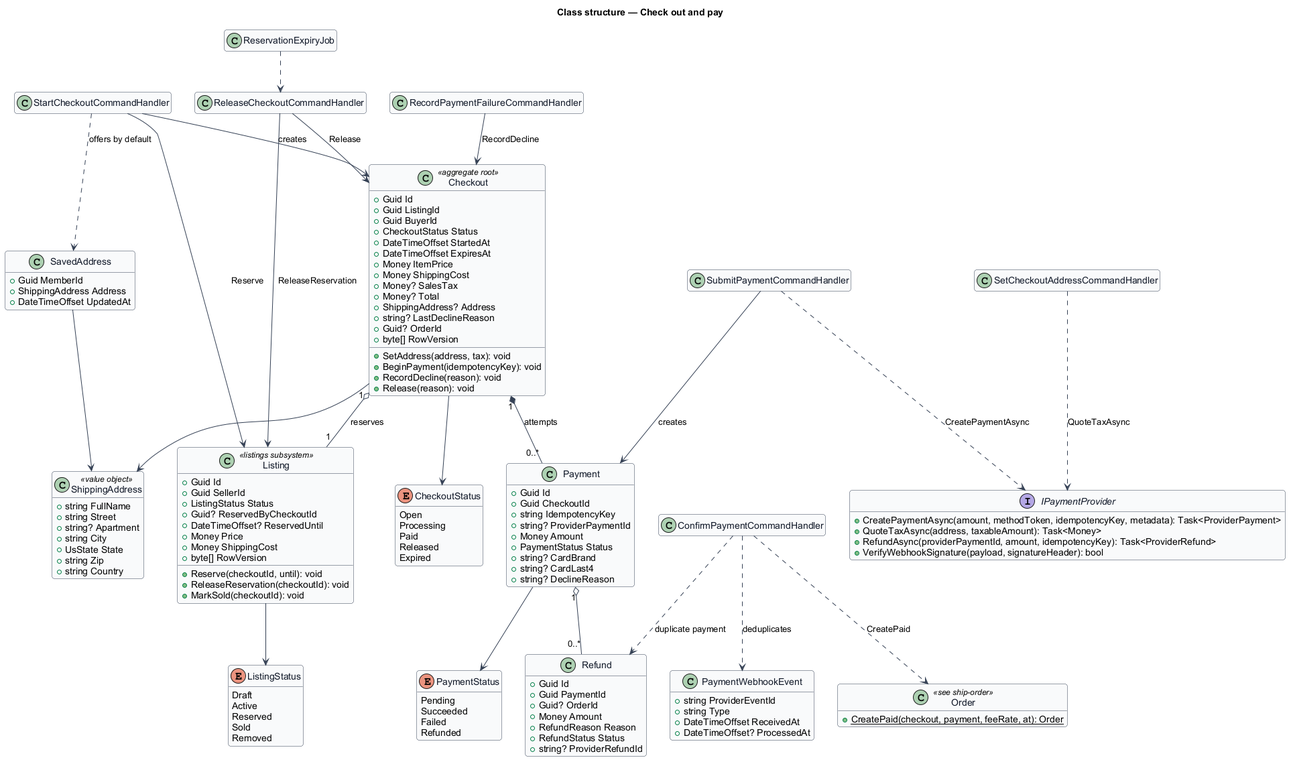
QuinntyneBrown/12l keeps this PlantUML diagram as docs/detailed-designs/orders/checkout-and-pay/diagrams/class-structure.png. Above is the earlier version.
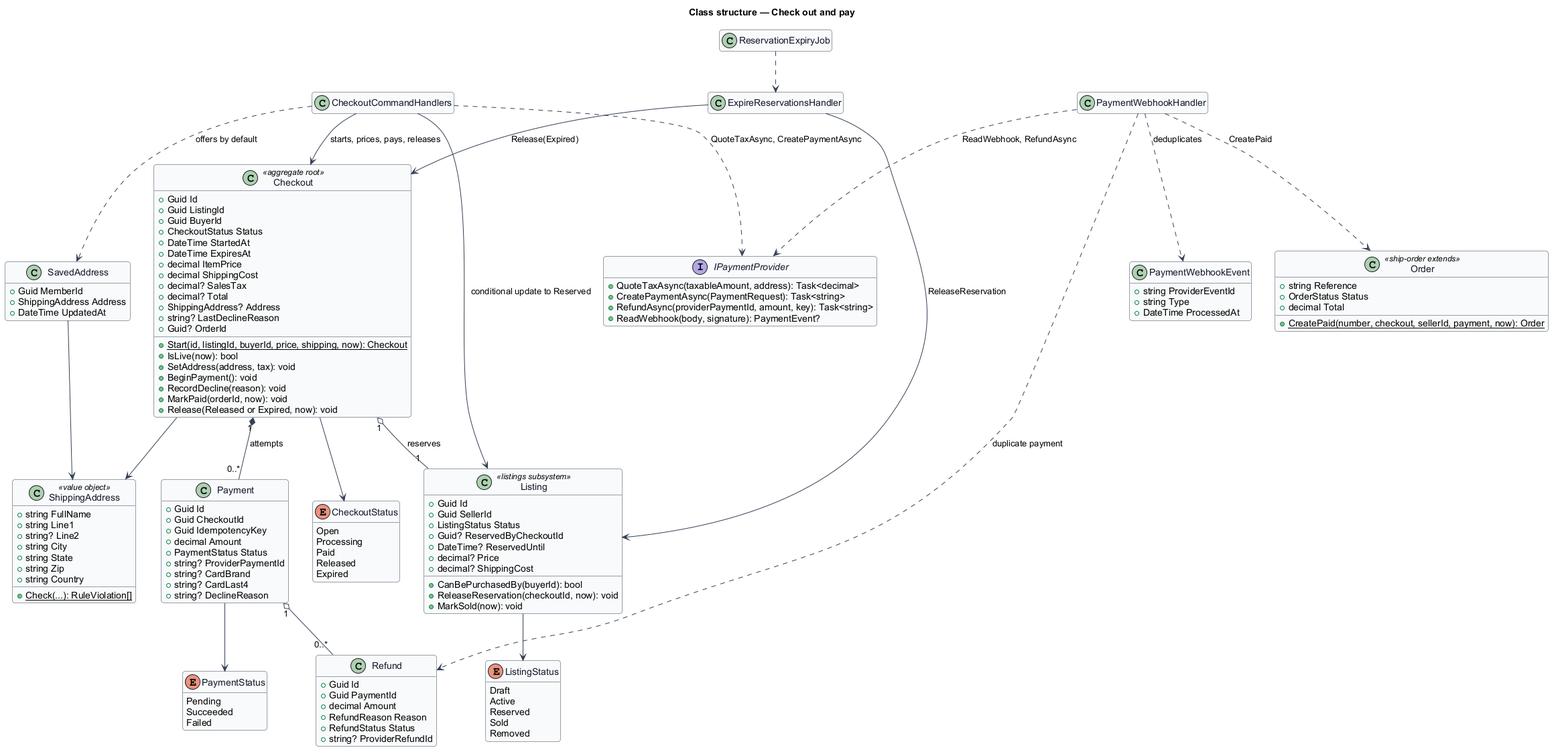
The same diagram one commit later.

Diff of the diagram source:
```diff
@@ -23,7 +23,6 @@
   Pending
   Succeeded
   Failed
-  Refunded
 }
 enum ListingStatus {
   Draft
@@ -37,41 +36,42 @@
   +Guid SellerId
   +ListingStatus Status
   +Guid? ReservedByCheckoutId
-  +DateTimeOffset? ReservedUntil
-  +Money Price
-  +Money ShippingCost
-  +byte[] RowVersion
-  +Reserve(checkoutId, until): void
-  +ReleaseReservation(checkoutId): void
-  +MarkSold(checkoutId): void
+  +DateTime? ReservedUntil
+  +decimal? Price
+  +decimal? ShippingCost
+  +CanBePurchasedBy(buyerId): bool
+  +ReleaseReservation(checkoutId, now): void
+  +MarkSold(now): void
 }
 class Checkout <<aggregate root>> {
   +Guid Id
   +Guid ListingId
   +Guid BuyerId
   +CheckoutStatus Status
-  +DateTimeOffset StartedAt
-  +DateTimeOffset ExpiresAt
-  +Money ItemPrice
-  +Money ShippingCost
-  +Money? SalesTax
-  +Money? Total
+  +DateTime StartedAt
+  +DateTime ExpiresAt
+  +decimal ItemPrice
+  +decimal ShippingCost
+  +decimal? SalesTax
+  +decimal? Total
   +ShippingAddress? Address
   +string? LastDeclineReason
   +Guid? OrderId
-  +byte[] RowVersion
+  +{static} Start(id, listingId, buyerId, price, shipping, now): Checkout
+  +IsLive(now): bool
   +SetAddress(address, tax): void
-  +BeginPayment(idempotencyKey): void
+  +BeginPayment(): void
   +RecordDecline(reason): void
-  +Release(reason): void
+  +MarkPaid(orderId, now): void
+  +Release(Released or Expired, now): void
 }
 class Payment {
   +Guid Id
   +Guid CheckoutId
-  +string IdempotencyKey
+  +Guid IdempotencyKey
+  +decimal Amount
+  +PaymentStatus Status
   +string? ProviderPaymentId
-  +Money Amount
-  +PaymentStatus Status
   +string? CardBrand
   +string? CardLast4
   +string? DeclineReason
@@ -79,14 +79,12 @@
 class PaymentWebhookEvent {
   +string ProviderEventId
   +string Type
-  +DateTimeOffset ReceivedAt
-  +DateTimeOffset? ProcessedAt
+  +DateTime ProcessedAt
 }
 class Refund {
   +Guid Id
   +Guid PaymentId
-  +Guid? OrderId
-  +Money Amount
+  +decimal Amount
   +RefundReason Reason
   +RefundStatus Status
   +string? ProviderRefundId
@@ -94,32 +92,33 @@
 class SavedAddress {
   +Guid MemberId
   +ShippingAddress Address
-  +DateTimeOffset UpdatedAt
+  +DateTime UpdatedAt
 }
 class ShippingAddress <<value object>> {
   +string FullName
-  +string Street
-  +string? Apartment
+  +string Line1
+  +string? Line2
   +string City
-  +UsState State
+  +string State
   +string Zip
   +string Country
+  +{static} Check(...): RuleViolation[]
 }
-class Order <<see ship-order>> {
-  +{static} CreatePaid(checkout, payment, feeRate, at): Order
+class Order <<ship-order extends>> {
+  +string Reference
+  +OrderStatus Status
+  +decimal Total
+  +{static} CreatePaid(number, checkout, sellerId, payment, now): Order
 }
 interface IPaymentProvider {
-  +CreatePaymentAsync(amount, methodToken, idempotencyKey, metadata): Task<ProviderPayment>
-  +QuoteTaxAsync(address, taxableAmount): Task<Money>
-  +RefundAsync(providerPaymentId, amount, idempotencyKey): Task<ProviderRefund>
-  +VerifyWebhookSignature(payload, signatureHeader): bool
+  +QuoteTaxAsync(taxableAmount, address): Task<decimal>
+  +CreatePaymentAsync(PaymentRequest): Task<string>
+  +RefundAsync(providerPaymentId, amount, key): Task<string>
+  +ReadWebhook(body, signature): PaymentEvent?
 }
-class StartCheckoutCommandHandler
-class SetCheckoutAddressCommandHandler
-class SubmitPaymentCommandHandler
-class ConfirmPaymentCommandHandler
-class RecordPaymentFailureCommandHandler
-class ReleaseCheckoutCommandHandler
+class CheckoutCommandHandlers
+class PaymentWebhookHandler
+class ExpireReservationsHandler
 class ReservationExpiryJob
 
 Checkout --> CheckoutStatus
@@ -130,17 +129,15 @@
 Payment "1" o-- "0..*" Refund
 Listing --> ListingStatus
 SavedAddress --> ShippingAddress
-StartCheckoutCommandHandler --> Listing : Reserve
-StartCheckoutCommandHandler --> Checkout : creates
-StartCheckoutCommandHandler ..> SavedAddress : offers by default
-SetCheckoutAddressCommandHandler ..> IPaymentProvider : QuoteTaxAsync
-SubmitPaymentCommandHandler ..> IPaymentProvider : CreatePaymentAsync
-SubmitPaymentCommandHandler --> Payment : creates
-ConfirmPaymentCommandHandler ..> PaymentWebhookEvent : deduplicates
-ConfirmPaymentCommandHandler ..> Order : CreatePaid
-ConfirmPaymentCommandHandler ..> Refund : duplicate payment
-RecordPaymentFailureCommandHandler --> Checkout : RecordDecline
-ReleaseCheckoutCommandHandler --> Checkout : Release
-ReleaseCheckoutCommandHandler --> Listing : ReleaseReservation
-ReservationExpiryJob ..> ReleaseCheckoutCommandHandler
+CheckoutCommandHandlers --> Listing : conditional update to Reserved
+CheckoutCommandHandlers --> Checkout : starts, prices, pays, releases
+CheckoutCommandHandlers ..> SavedAddress : offers by default
+CheckoutCommandHandlers ..> IPaymentProvider : QuoteTaxAsync, CreatePaymentAsync
+PaymentWebhookHandler ..> IPaymentProvider : ReadWebhook, RefundAsync
+PaymentWebhookHandler ..> PaymentWebhookEvent : deduplicates
+PaymentWebhookHandler ..> Order : CreatePaid
+PaymentWebhookHandler ..> Refund : duplicate payment
+ExpireReservationsHandler --> Checkout : Release(Expired)
+ExpireReservationsHandler --> Listing : ReleaseReservation
+ReservationExpiryJob ..> ExpireReservationsHandler
 @enduml
```
